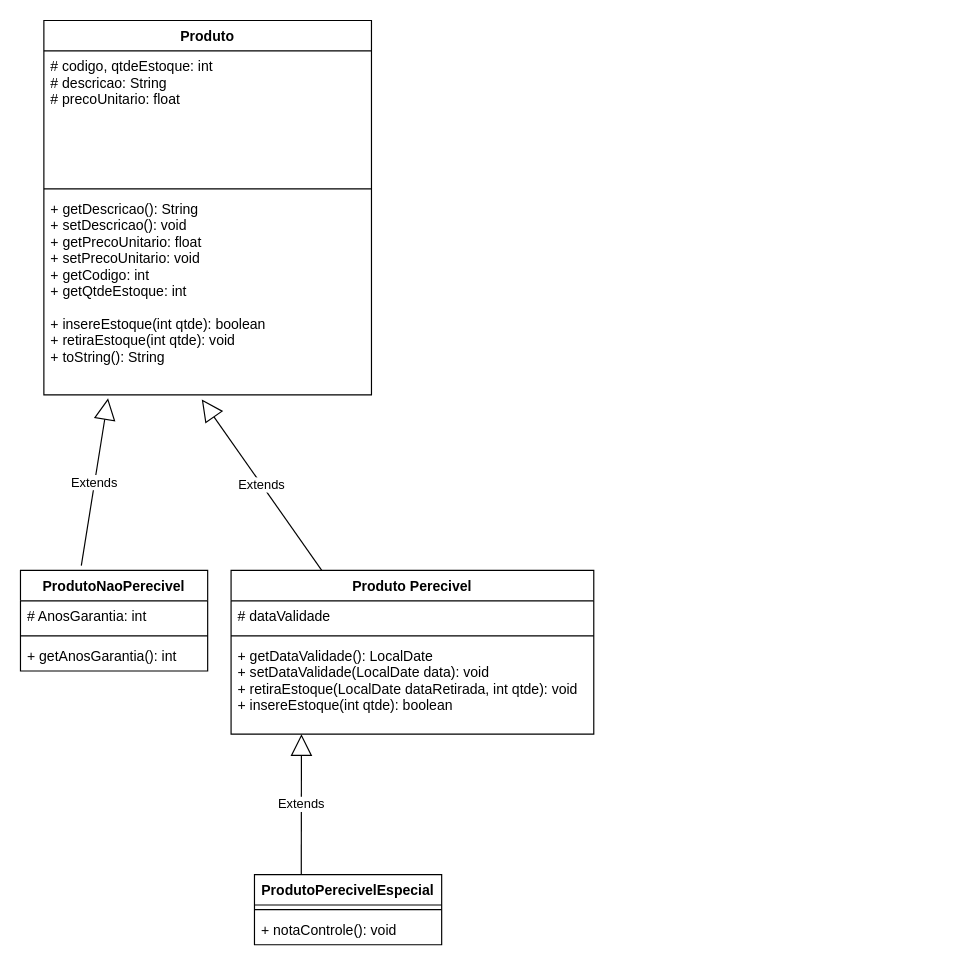
The draw.io diagram POO/Lista 2/Ex4/Lista2Ex4.drawio in HeitorPupim/usp-2022.1, before the edit. Source tidied: cells renumbered, new cells numbered last; positions are measured from the earlier drawing's top-left corner, leaving out a move shared by most shapes. Both pictures are drawn from the tidied source at 117%, with x=0, y=0 at pixel (20, 20).
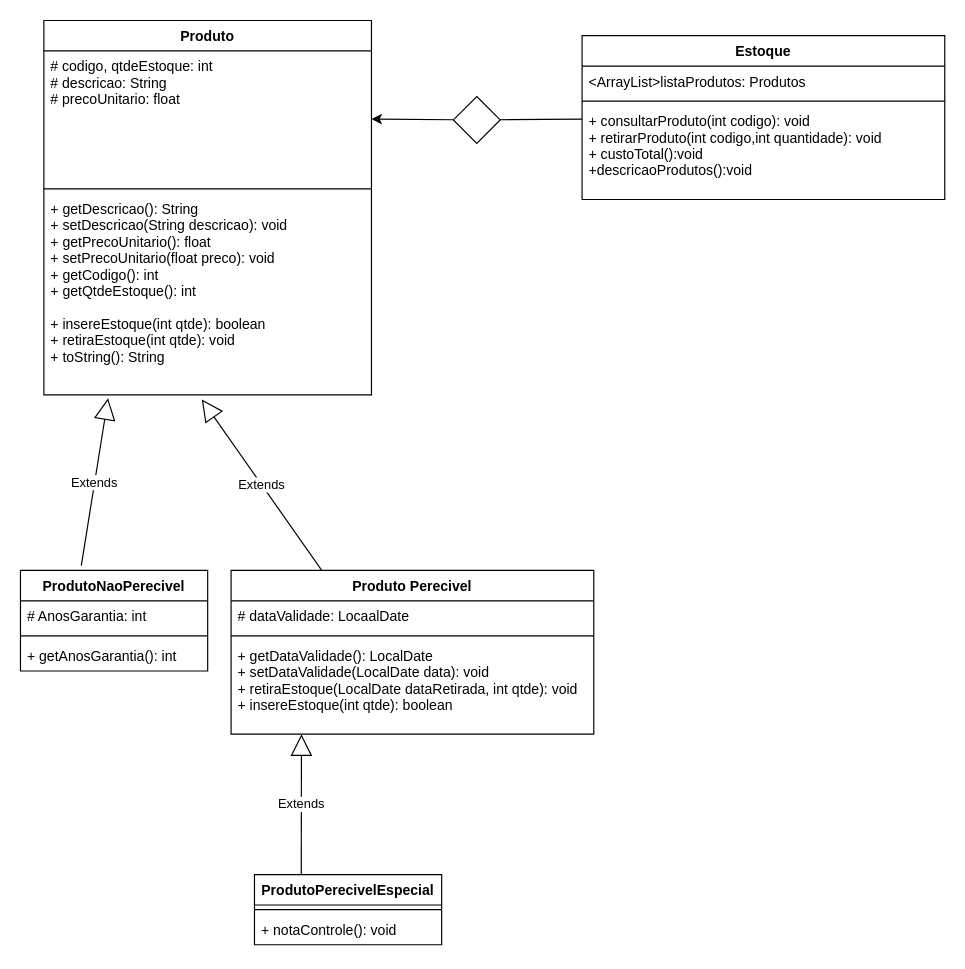
The same diagram, later.

Unchanged cells that the change refers to:
```xml
<mxCell id="2" value="Produto" style="swimlane;fontStyle=1;align=center;verticalAlign=top;horizontal=1;startSize=26;" parent="1" vertex="1">
  <mxGeometry x="20" width="280" height="320" as="geometry" />
</mxCell>
<mxCell id="3" value="# codigo, qtdeEstoque: int&#10;# descricao: String&#10;# precoUnitario: float" style="text;strokeColor=none;fillColor=none;align=left;verticalAlign=top;spacingLeft=4;spacingRight=4;overflow=hidden;points=[[0,0.5],[1,0.5]];portConstraint=eastwest;" parent="2" vertex="1">
  <mxGeometry y="26" width="280" height="114" as="geometry" />
</mxCell>
<mxCell id="11" value="Produto Perecivel" style="swimlane;fontStyle=1;align=center;verticalAlign=top;horizontal=1;startSize=26;" parent="1" vertex="1">
  <mxGeometry x="180" y="470" width="310" height="140" as="geometry" />
</mxCell>
```

Diff of the diagram source:
```diff
@@
-    <mxCell id="5" value="+ getDescricao(): String&#10;+ setDescricao(): void&#10;+ getPrecoUnitario: float&#10;+ setPrecoUnitario: void&#10;+ getCodigo: int &#10;+ getQtdeEstoque: int&#10;&#10;+ insereEstoque(int qtde): boolean&#10;+ retiraEstoque(int qtde): void&#10;+ toString(): String&#10;" style="text;strokeColor=none;fillColor=none;align=left;verticalAlign=top;spacingLeft=4;spacingRight=4;overflow=hidden;points=[[0,0.5],[1,0.5]];portConstraint=eastwest;" parent="2" vertex="1">
+    <mxCell id="5" value="+ getDescricao(): String&#10;+ setDescricao(String descricao): void&#10;+ getPrecoUnitario(): float&#10;+ setPrecoUnitario(float preco): void&#10;+ getCodigo(): int &#10;+ getQtdeEstoque(): int&#10;&#10;+ insereEstoque(int qtde): boolean&#10;+ retiraEstoque(int qtde): void&#10;+ toString(): String&#10;" style="text;strokeColor=none;fillColor=none;align=left;verticalAlign=top;spacingLeft=4;spacingRight=4;overflow=hidden;points=[[0,0.5],[1,0.5]];portConstraint=eastwest;" parent="2" vertex="1">
       <mxGeometry y="148" width="280" height="172" as="geometry" />
     </mxCell>
@@
-    <mxCell id="12" value="# dataValidade" style="text;strokeColor=none;fillColor=none;align=left;verticalAlign=top;spacingLeft=4;spacingRight=4;overflow=hidden;" parent="11" vertex="1">
+    <mxCell id="12" value="# dataValidade: LocaalDate" style="text;strokeColor=none;fillColor=none;align=left;verticalAlign=top;spacingLeft=4;spacingRight=4;overflow=hidden;" parent="11" vertex="1">
       <mxGeometry y="26" width="310" height="26" as="geometry" />
     </mxCell>
@@
+    <mxCell id="20" style="edgeStyle=none;html=1;startArrow=none;" parent="1" edge="1" source="25" target="3">
+      <mxGeometry relative="1" as="geometry" />
+    </mxCell>
+    <mxCell id="21" value="Estoque" style="swimlane;fontStyle=1;align=center;verticalAlign=top;horizontal=1;startSize=26;" parent="1" vertex="1">
+      <mxGeometry x="480" y="13" width="310" height="140" as="geometry" />
+    </mxCell>
+    <mxCell id="22" value="&lt;ArrayList&gt;listaProdutos: Produtos" style="text;strokeColor=none;fillColor=none;align=left;verticalAlign=top;spacingLeft=4;spacingRight=4;overflow=hidden;" parent="21" vertex="1">
+      <mxGeometry y="26" width="310" height="26" as="geometry" />
+    </mxCell>
+    <mxCell id="23" style="line;strokeWidth=1;fillColor=none;align=left;verticalAlign=middle;spacingTop=-1;spacingLeft=3;spacingRight=3;labelPosition=right;" parent="21" vertex="1">
+      <mxGeometry y="52" width="310" height="8" as="geometry" />
+    </mxCell>
+    <mxCell id="24" value="+ consultarProduto(int codigo): void&#10;+ retirarProduto(int codigo,int quantidade): void&#10;+ custoTotal():void&#10;+descricaoProdutos():void" style="text;strokeColor=none;fillColor=none;align=left;verticalAlign=top;spacingLeft=4;spacingRight=4;overflow=hidden;" parent="21" vertex="1">
+      <mxGeometry y="60" width="310" height="80" as="geometry" />
+    </mxCell>
+    <mxCell id="25" style="rhombus;whiteSpace=wrap;html=1;" parent="1" vertex="1">
+      <mxGeometry x="370" y="65" width="40" height="40" as="geometry" />
+    </mxCell>
+    <mxCell id="26" style="edgeStyle=none;html=1;endArrow=none;" parent="1" edge="1" source="21" target="25">
+      <mxGeometry relative="1" as="geometry" />
+    </mxCell>
```
